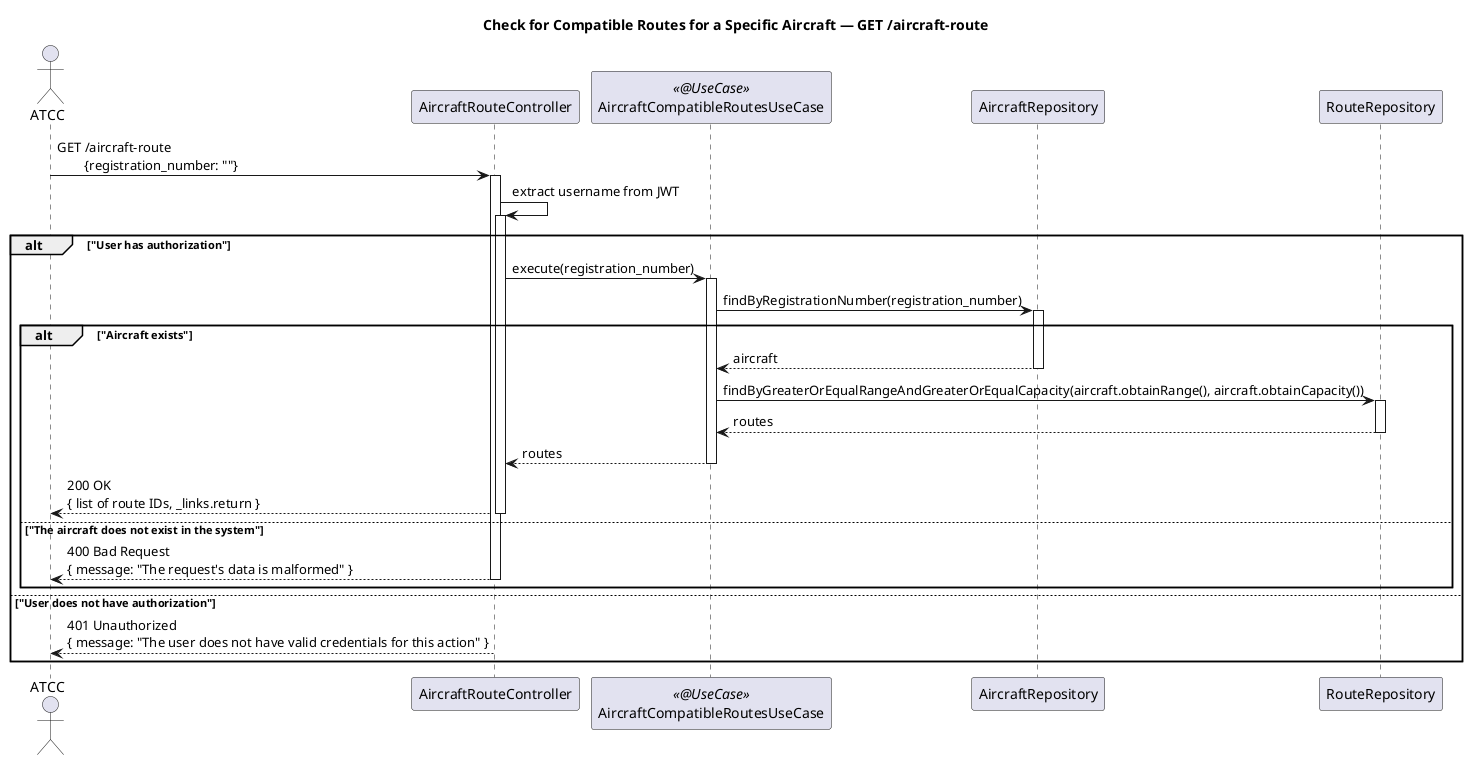
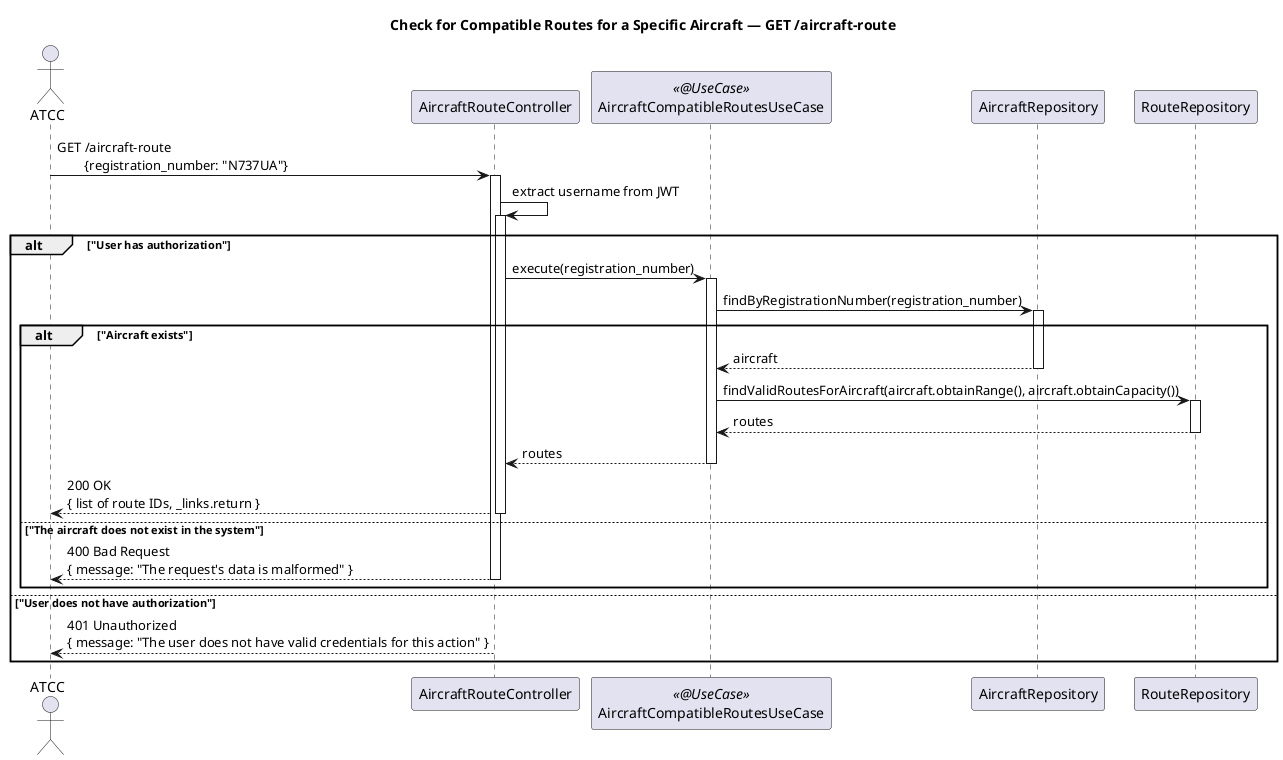
@startuml
title Check for Compatible Routes for a Specific Aircraft — GET /aircraft-route

autoactivate on

actor ATCC
participant AircraftRouteController
participant AircraftCompatibleRoutesUseCase <<@UseCase>>
participant AircraftRepository
participant RouteRepository

- ATCC -> AircraftRouteController : GET /aircraft-route\n\t{registration_number: ""}
+ ATCC -> AircraftRouteController : GET /aircraft-route\n\t{registration_number: "N737UA"}

AircraftRouteController -> AircraftRouteController : extract username from JWT
alt "User has authorization"
    AircraftRouteController -> AircraftCompatibleRoutesUseCase : execute(registration_number)
        AircraftCompatibleRoutesUseCase -> AircraftRepository : findByRegistrationNumber(registration_number)
        alt "Aircraft exists"
        AircraftRepository --> AircraftCompatibleRoutesUseCase : aircraft
-         AircraftCompatibleRoutesUseCase -> RouteRepository: findByGreaterOrEqualRangeAndGreaterOrEqualCapacity(aircraft.obtainRange(), aircraft.obtainCapacity())
+         AircraftCompatibleRoutesUseCase -> RouteRepository: findValidRoutesForAircraft(aircraft.obtainRange(), aircraft.obtainCapacity())
        RouteRepository --> AircraftCompatibleRoutesUseCase: routes
    AircraftCompatibleRoutesUseCase --> AircraftRouteController : routes
AircraftRouteController --> ATCC : 200 OK\n{ list of route IDs, _links.return }
        else "The aircraft does not exist in the system"
AircraftRouteController --> ATCC : 400 Bad Request\n{ message: "The request's data is malformed" }
        end
else "User does not have authorization"
AircraftRouteController --> ATCC : 401 Unauthorized\n{ message: "The user does not have valid credentials for this action" }
end

@enduml